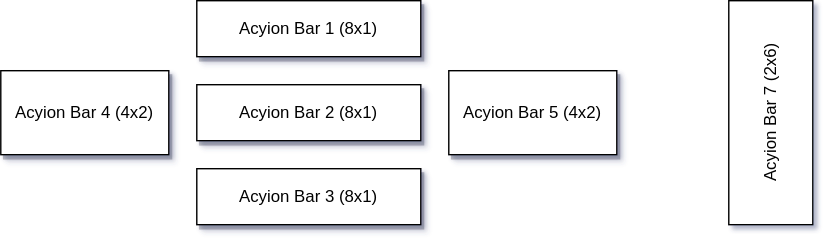
The draw.io diagram images/wow_keybinding_actionbar_layout.drawio.svg in ktkr3d/ktkr3d.github.io, before a commit. Source tidied: cells renumbered, new cells last; positions are measured from the earlier drawing's top-left corner, leaving out a move shared by most shapes.
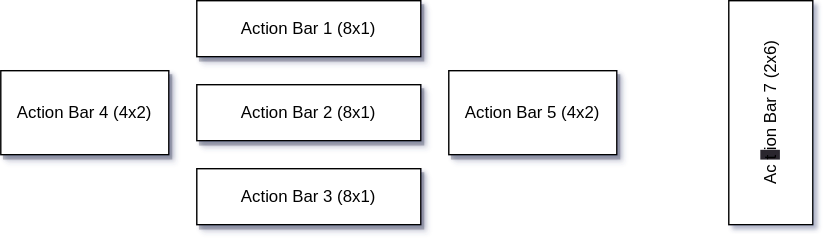
The same diagram one commit later.

What changed in the source:
```diff
@@ -2,22 +2,22 @@
   <root>
     <mxCell id="0" />
     <mxCell id="1" parent="0" />
-    <mxCell id="2" value="Acyion Bar 1 (8x1)" style="rounded=0;whiteSpace=wrap;html=1;shadow=1;" parent="1" vertex="1">
+    <mxCell id="2" value="Action Bar 1 (8x1)" style="rounded=0;whiteSpace=wrap;html=1;shadow=1;" parent="1" vertex="1">
       <mxGeometry x="140" width="160" height="40" as="geometry" />
     </mxCell>
-    <mxCell id="3" value="Acyion Bar 2 (8x1)" style="rounded=0;whiteSpace=wrap;html=1;shadow=1;" parent="1" vertex="1">
+    <mxCell id="3" value="Action Bar 2 (8x1)" style="rounded=0;whiteSpace=wrap;html=1;shadow=1;" parent="1" vertex="1">
       <mxGeometry x="140" y="60" width="160" height="40" as="geometry" />
     </mxCell>
-    <mxCell id="4" value="Acyion Bar 3 (8x1)" style="rounded=0;whiteSpace=wrap;html=1;shadow=1;" parent="1" vertex="1">
+    <mxCell id="4" value="Action Bar 3 (8x1)" style="rounded=0;whiteSpace=wrap;html=1;shadow=1;" parent="1" vertex="1">
       <mxGeometry x="140" y="120" width="160" height="40" as="geometry" />
     </mxCell>
-    <mxCell id="5" value="Acyion Bar 4 (4x2)" style="rounded=0;whiteSpace=wrap;html=1;shadow=1;" parent="1" vertex="1">
+    <mxCell id="5" value="Action Bar 4 (4x2)" style="rounded=0;whiteSpace=wrap;html=1;shadow=1;" parent="1" vertex="1">
       <mxGeometry y="50" width="120" height="60" as="geometry" />
     </mxCell>
-    <mxCell id="6" value="Acyion Bar 5 (4x2)" style="rounded=0;whiteSpace=wrap;html=1;shadow=1;" parent="1" vertex="1">
+    <mxCell id="6" value="Action Bar 5 (4x2)" style="rounded=0;whiteSpace=wrap;html=1;shadow=1;" parent="1" vertex="1">
       <mxGeometry x="320" y="50" width="120" height="60" as="geometry" />
     </mxCell>
-    <mxCell id="7" value="Acyion Bar 7 (2x6)" style="rounded=0;whiteSpace=wrap;html=1;rotation=-90;" parent="1" vertex="1">
+    <mxCell id="7" value="Ac&lt;span style=&quot;background-color: rgb(42, 37, 47);&quot;&gt;t&lt;/span&gt;ion Bar 7 (2x6)" style="rounded=0;whiteSpace=wrap;html=1;rotation=-90;" parent="1" vertex="1">
       <mxGeometry x="470" y="50" width="160" height="60" as="geometry" />
     </mxCell>
   </root>
```
